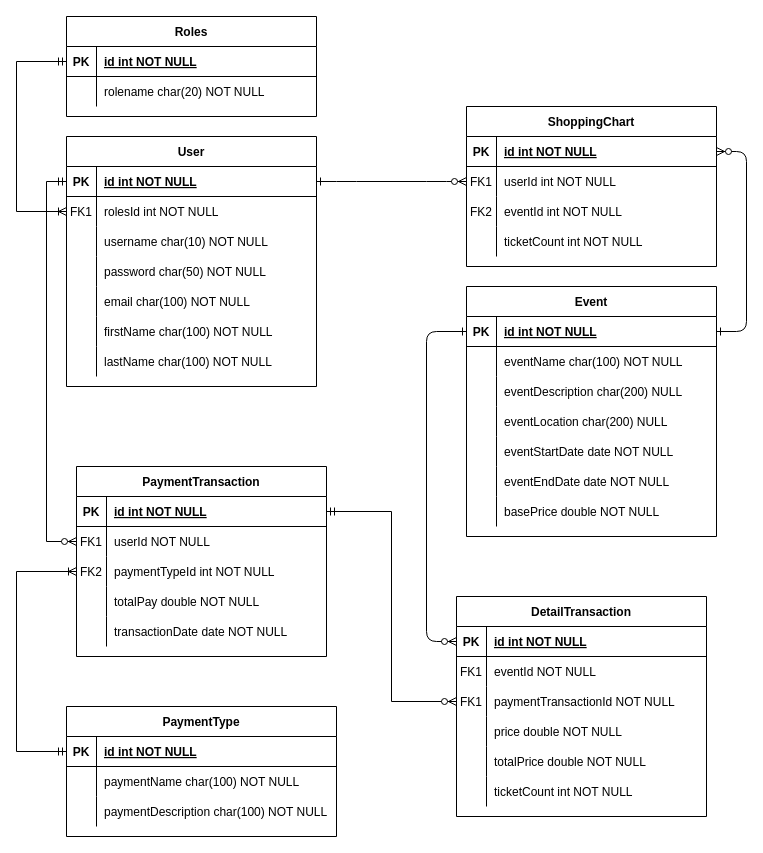
Earlier version of the draw.io diagram db.drawio (johanjah/ticket-db-design). Source tidied: cells renumbered, new cells numbered last; positions are measured from the earlier drawing's top-left corner, leaving out a move shared by most shapes. Both pictures are drawn from the tidied source at 100%, with x=0, y=0 at pixel (16, 16).
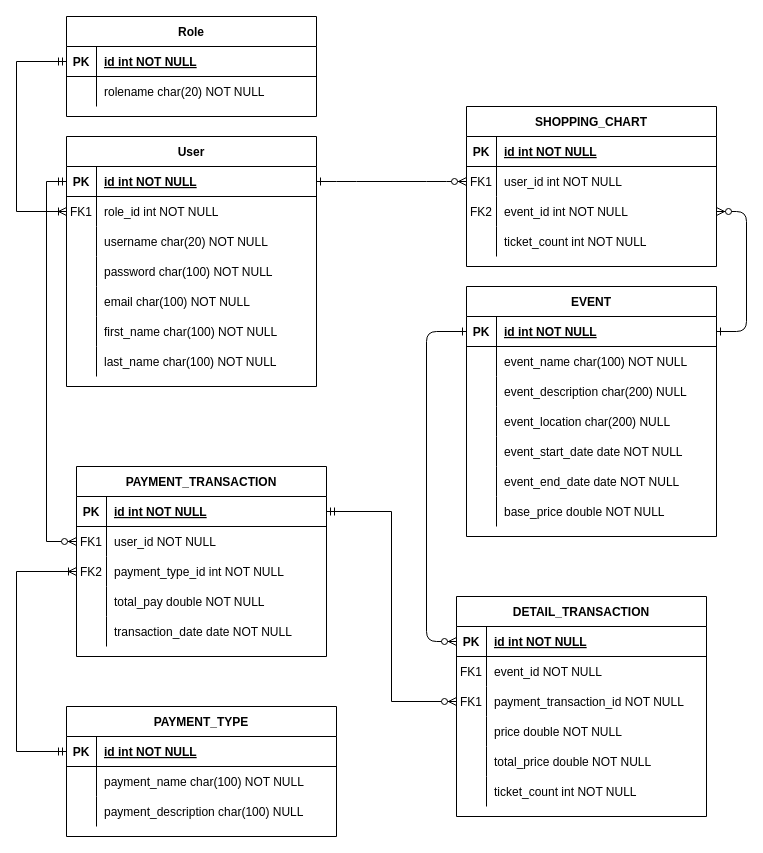
The same diagram, later.

Unchanged cells that the change refers to:
```xml
<mxCell id="4" style="shape=partialRectangle;fillColor=none;points=[[0,0.5],[1,0.5]];portConstraint=eastwest;top=0;left=0;right=0;bottom=1;" parent="3" vertex="1">
<mxCell id="7" style="shape=partialRectangle;fillColor=none;points=[[0,0.5],[1,0.5]];portConstraint=eastwest;top=0;left=0;right=0;bottom=0;" parent="3" vertex="1">
<mxCell id="10" style="shape=partialRectangle;fillColor=none;points=[[0,0.5],[1,0.5]];portConstraint=eastwest;top=0;left=0;right=0;bottom=0;" parent="3" vertex="1">
<mxCell id="13" style="shape=partialRectangle;fillColor=none;top=0;left=0;right=0;bottom=0;" parent="3" vertex="1">
<mxCell id="17" style="shape=partialRectangle;fillColor=none;points=[[0,0.5],[1,0.5]];portConstraint=eastwest;top=0;left=0;right=0;bottom=1;" parent="16" vertex="1">
<mxCell id="20" style="shape=partialRectangle;fillColor=none;top=0;left=0;right=0;bottom=0;" parent="16" vertex="1">
<mxCell id="23" style="shape=partialRectangle;fillColor=none;top=0;left=0;right=0;bottom=0;" parent="16" vertex="1">
<mxCell id="26" style="shape=partialRectangle;fillColor=none;top=0;left=0;right=0;bottom=0;" parent="16" vertex="1">
<mxCell id="29" style="shape=partialRectangle;fillColor=none;top=0;left=0;right=0;bottom=0;" parent="16" vertex="1">
<mxCell id="32" style="shape=partialRectangle;fillColor=none;top=0;left=0;right=0;bottom=0;" parent="16" vertex="1">
<mxCell id="35" style="shape=partialRectangle;fillColor=none;top=0;left=0;right=0;bottom=0;" parent="16" vertex="1">
<mxCell id="42" style="shape=partialRectangle;fillColor=none;points=[[0,0.5],[1,0.5]];portConstraint=eastwest;top=0;left=0;right=0;bottom=0;" parent="38" vertex="1">
<mxCell id="45" style="shape=partialRectangle;fillColor=none;top=0;left=0;right=0;bottom=0;" parent="38" vertex="1">
<mxCell id="48" style="shape=partialRectangle;fillColor=none;top=0;left=0;right=0;bottom=0;" parent="38" vertex="1">
<mxCell id="54" style="shape=partialRectangle;fillColor=none;top=0;left=0;right=0;bottom=0;" parent="38" vertex="1">
<mxCell id="57" style="shape=partialRectangle;fillColor=none;top=0;left=0;right=0;bottom=0;" parent="38" vertex="1">
<mxCell id="72" style="shape=tableRow;horizontal=0;startSize=0;swimlaneHead=0;swimlaneBody=0;fillColor=none;points=[[0,0.5],[1,0.5]];portConstraint=eastwest;top=0;left=0;right=0;bottom=0;" parent="68" vertex="1">
<mxCell id="75" style="shape=tableRow;horizontal=0;startSize=0;swimlaneHead=0;swimlaneBody=0;fillColor=none;points=[[0,0.5],[1,0.5]];portConstraint=eastwest;top=0;left=0;right=0;bottom=0;" parent="68" vertex="1">
<mxCell id="78" style="shape=tableRow;horizontal=0;startSize=0;swimlaneHead=0;swimlaneBody=0;fillColor=none;top=0;left=0;right=0;bottom=0;" parent="68" vertex="1">
<mxCell id="81" style="shape=tableRow;horizontal=0;startSize=0;swimlaneHead=0;swimlaneBody=0;fillColor=none;top=0;left=0;right=0;bottom=0;" parent="68" vertex="1">
<mxCell id="88" style="shape=tableRow;horizontal=0;startSize=0;swimlaneHead=0;swimlaneBody=0;fillColor=none;top=0;left=0;right=0;bottom=0;" parent="84" vertex="1">
<mxCell id="91" style="shape=tableRow;horizontal=0;startSize=0;swimlaneHead=0;swimlaneBody=0;fillColor=none;top=0;left=0;right=0;bottom=0;" parent="84" vertex="1">
<mxCell id="99" style="shape=tableRow;horizontal=0;startSize=0;swimlaneHead=0;swimlaneBody=0;fillColor=none;top=0;left=0;right=0;bottom=0;" parent="95" vertex="1">
<mxCell id="102" style="shape=tableRow;horizontal=0;startSize=0;swimlaneHead=0;swimlaneBody=0;fillColor=none;points=[[0,0.5],[1,0.5]];portConstraint=eastwest;top=0;left=0;right=0;bottom=0;" parent="95" vertex="1">
<mxCell id="108" style="shape=tableRow;horizontal=0;startSize=0;swimlaneHead=0;swimlaneBody=0;fillColor=none;top=0;left=0;right=0;bottom=0;" parent="95" vertex="1">
<mxCell id="111" style="shape=tableRow;horizontal=0;startSize=0;swimlaneHead=0;swimlaneBody=0;fillColor=none;top=0;left=0;right=0;bottom=0;" parent="95" vertex="1">
```

Change to the diagram source:
```diff
@@
-    <mxCell id="3" value="ShoppingChart" style="shape=table;startSize=30;childLayout=tableLayout;rowLines=0;fontStyle=1;align=center;" parent="1" vertex="1">
+    <mxCell id="3" value="SHOPPING_CHART" style="shape=table;startSize=30;childLayout=tableLayout;rowLines=0;fontStyle=1;align=center;" parent="1" vertex="1">
       <mxGeometry x="450" y="90" width="250" height="160" as="geometry" />
     </mxCell>
@@
-    <mxCell id="9" value="userId int NOT NULL" style="shape=partialRectangle;overflow=hidden;fillColor=none;top=0;left=0;bottom=0;right=0;align=left;spacingLeft=6;" parent="7" vertex="1">
+    <mxCell id="9" value="user_id int NOT NULL" style="shape=partialRectangle;overflow=hidden;fillColor=none;top=0;left=0;bottom=0;right=0;align=left;spacingLeft=6;" parent="7" vertex="1">
       <mxGeometry x="30" width="220" height="30" as="geometry" />
     </mxCell>
@@
-    <mxCell id="12" value="eventId int NOT NULL" style="shape=partialRectangle;overflow=hidden;fillColor=none;top=0;left=0;bottom=0;right=0;align=left;spacingLeft=6;" parent="10" vertex="1">
+    <mxCell id="12" value="event_id int NOT NULL" style="shape=partialRectangle;overflow=hidden;fillColor=none;top=0;left=0;bottom=0;right=0;align=left;spacingLeft=6;" parent="10" vertex="1">
       <mxGeometry x="30" width="220" height="30" as="geometry" />
     </mxCell>
@@
-    <mxCell id="15" value="ticketCount int NOT NULL" style="shape=partialRectangle;overflow=hidden;fillColor=none;top=0;left=0;bottom=0;right=0;align=left;spacingLeft=6;" parent="13" vertex="1">
+    <mxCell id="15" value="ticket_count int NOT NULL" style="shape=partialRectangle;overflow=hidden;fillColor=none;top=0;left=0;bottom=0;right=0;align=left;spacingLeft=6;" parent="13" vertex="1">
       <mxGeometry x="30" width="220" height="30" as="geometry" />
     </mxCell>
-    <mxCell id="16" value="Event" style="shape=table;startSize=30;childLayout=tableLayout;rowLines=0;fontStyle=1;align=center;" parent="1" vertex="1">
+    <mxCell id="16" value="EVENT" style="shape=table;startSize=30;childLayout=tableLayout;rowLines=0;fontStyle=1;align=center;" parent="1" vertex="1">
       <mxGeometry x="450" y="270" width="250" height="250" as="geometry" />
     </mxCell>
@@
-    <mxCell id="22" value="eventName char(100) NOT NULL" style="shape=partialRectangle;overflow=hidden;fillColor=none;top=0;left=0;bottom=0;right=0;align=left;spacingLeft=6;" parent="20" vertex="1">
+    <mxCell id="22" value="event_name char(100) NOT NULL" style="shape=partialRectangle;overflow=hidden;fillColor=none;top=0;left=0;bottom=0;right=0;align=left;spacingLeft=6;" parent="20" vertex="1">
       <mxGeometry x="30" width="220" height="30" as="geometry" />
     </mxCell>
@@
-    <mxCell id="25" value="eventDescription char(200) NULL" style="shape=partialRectangle;overflow=hidden;fillColor=none;top=0;left=0;bottom=0;right=0;align=left;spacingLeft=6;" parent="23" vertex="1">
+    <mxCell id="25" value="event_description char(200) NULL" style="shape=partialRectangle;overflow=hidden;fillColor=none;top=0;left=0;bottom=0;right=0;align=left;spacingLeft=6;" parent="23" vertex="1">
       <mxGeometry x="30" width="220" height="30" as="geometry" />
     </mxCell>
@@
-    <mxCell id="28" value="eventLocation char(200) NULL" style="shape=partialRectangle;overflow=hidden;fillColor=none;top=0;left=0;bottom=0;right=0;align=left;spacingLeft=6;" parent="26" vertex="1">
+    <mxCell id="28" value="event_location char(200) NULL" style="shape=partialRectangle;overflow=hidden;fillColor=none;top=0;left=0;bottom=0;right=0;align=left;spacingLeft=6;" parent="26" vertex="1">
       <mxGeometry x="30" width="220" height="30" as="geometry" />
     </mxCell>
@@
-    <mxCell id="31" value="eventStartDate date NOT NULL" style="shape=partialRectangle;overflow=hidden;fillColor=none;top=0;left=0;bottom=0;right=0;align=left;spacingLeft=6;" parent="29" vertex="1">
+    <mxCell id="31" value="event_start_date date NOT NULL" style="shape=partialRectangle;overflow=hidden;fillColor=none;top=0;left=0;bottom=0;right=0;align=left;spacingLeft=6;" parent="29" vertex="1">
       <mxGeometry x="30" width="220" height="30" as="geometry" />
     </mxCell>
@@
-    <mxCell id="34" value="eventEndDate date NOT NULL" style="shape=partialRectangle;overflow=hidden;fillColor=none;top=0;left=0;bottom=0;right=0;align=left;spacingLeft=6;" parent="32" vertex="1">
+    <mxCell id="34" value="event_end_date date NOT NULL" style="shape=partialRectangle;overflow=hidden;fillColor=none;top=0;left=0;bottom=0;right=0;align=left;spacingLeft=6;" parent="32" vertex="1">
       <mxGeometry x="30" width="220" height="30" as="geometry" />
     </mxCell>
@@
-    <mxCell id="37" value="basePrice double NOT NULL" style="shape=partialRectangle;overflow=hidden;fillColor=none;top=0;left=0;bottom=0;right=0;align=left;spacingLeft=6;" parent="35" vertex="1">
+    <mxCell id="37" value="base_price double NOT NULL" style="shape=partialRectangle;overflow=hidden;fillColor=none;top=0;left=0;bottom=0;right=0;align=left;spacingLeft=6;" parent="35" vertex="1">
       <mxGeometry x="30" width="220" height="30" as="geometry" />
     </mxCell>
@@
-    <mxCell id="44" value="rolesId int NOT NULL" style="shape=partialRectangle;overflow=hidden;fillColor=none;top=0;left=0;bottom=0;right=0;align=left;spacingLeft=6;" parent="42" vertex="1">
+    <mxCell id="44" value="role_id int NOT NULL" style="shape=partialRectangle;overflow=hidden;fillColor=none;top=0;left=0;bottom=0;right=0;align=left;spacingLeft=6;" parent="42" vertex="1">
       <mxGeometry x="30" width="220" height="30" as="geometry" />
     </mxCell>
@@
-    <mxCell id="47" value="username char(10) NOT NULL" style="shape=partialRectangle;overflow=hidden;fillColor=none;top=0;left=0;bottom=0;right=0;align=left;spacingLeft=6;" parent="45" vertex="1">
+    <mxCell id="47" value="username char(20) NOT NULL" style="shape=partialRectangle;overflow=hidden;fillColor=none;top=0;left=0;bottom=0;right=0;align=left;spacingLeft=6;" parent="45" vertex="1">
       <mxGeometry x="30" width="220" height="30" as="geometry" />
     </mxCell>
@@
-    <mxCell id="50" value="password char(50) NOT NULL" style="shape=partialRectangle;overflow=hidden;fillColor=none;top=0;left=0;bottom=0;right=0;align=left;spacingLeft=6;" parent="48" vertex="1">
+    <mxCell id="50" value="password char(100) NOT NULL" style="shape=partialRectangle;overflow=hidden;fillColor=none;top=0;left=0;bottom=0;right=0;align=left;spacingLeft=6;" parent="48" vertex="1">
       <mxGeometry x="30" width="220" height="30" as="geometry" />
     </mxCell>
@@
-    <mxCell id="56" value="firstName char(100) NOT NULL" style="shape=partialRectangle;overflow=hidden;fillColor=none;top=0;left=0;bottom=0;right=0;align=left;spacingLeft=6;" parent="54" vertex="1">
+    <mxCell id="56" value="first_name char(100) NOT NULL" style="shape=partialRectangle;overflow=hidden;fillColor=none;top=0;left=0;bottom=0;right=0;align=left;spacingLeft=6;" parent="54" vertex="1">
       <mxGeometry x="30" width="220" height="30" as="geometry" />
     </mxCell>
@@
-    <mxCell id="59" value="lastName char(100) NOT NULL" style="shape=partialRectangle;overflow=hidden;fillColor=none;top=0;left=0;bottom=0;right=0;align=left;spacingLeft=6;" parent="57" vertex="1">
+    <mxCell id="59" value="last_name char(100) NOT NULL" style="shape=partialRectangle;overflow=hidden;fillColor=none;top=0;left=0;bottom=0;right=0;align=left;spacingLeft=6;" parent="57" vertex="1">
       <mxGeometry x="30" width="220" height="30" as="geometry" />
     </mxCell>
-    <mxCell id="60" value="Roles" style="shape=table;startSize=30;childLayout=tableLayout;rowLines=0;fontStyle=1;align=center;" parent="1" vertex="1">
+    <mxCell id="60" value="Role" style="shape=table;startSize=30;childLayout=tableLayout;rowLines=0;fontStyle=1;align=center;" parent="1" vertex="1">
       <mxGeometry x="50" width="250" height="100" as="geometry" />
     </mxCell>
@@
-    <mxCell id="68" value="PaymentTransaction" style="shape=table;startSize=30;childLayout=tableLayout;rowLines=0;fontStyle=1;align=center;" parent="1" vertex="1">
+    <mxCell id="68" value="PAYMENT_TRANSACTION" style="shape=table;startSize=30;childLayout=tableLayout;rowLines=0;fontStyle=1;align=center;" parent="1" vertex="1">
       <mxGeometry x="60" y="450" width="250" height="190" as="geometry" />
     </mxCell>
@@
-    <mxCell id="74" value="userId NOT NULL" style="shape=partialRectangle;fillColor=none;top=0;left=0;bottom=0;right=0;align=left;spacingLeft=6;overflow=hidden;" parent="72" vertex="1">
+    <mxCell id="74" value="user_id NOT NULL" style="shape=partialRectangle;fillColor=none;top=0;left=0;bottom=0;right=0;align=left;spacingLeft=6;overflow=hidden;" parent="72" vertex="1">
       <mxGeometry x="30" width="220" height="30" as="geometry" />
     </mxCell>
@@
-    <mxCell id="77" value="paymentTypeId int NOT NULL" style="shape=partialRectangle;fillColor=none;top=0;left=0;bottom=0;right=0;align=left;spacingLeft=6;overflow=hidden;" parent="75" vertex="1">
+    <mxCell id="77" value="payment_type_id int NOT NULL" style="shape=partialRectangle;fillColor=none;top=0;left=0;bottom=0;right=0;align=left;spacingLeft=6;overflow=hidden;" parent="75" vertex="1">
       <mxGeometry x="30" width="220" height="30" as="geometry" />
     </mxCell>
@@
-    <mxCell id="80" value="totalPay double NOT NULL" style="shape=partialRectangle;fillColor=none;top=0;left=0;bottom=0;right=0;align=left;spacingLeft=6;overflow=hidden;" parent="78" vertex="1">
+    <mxCell id="80" value="total_pay double NOT NULL" style="shape=partialRectangle;fillColor=none;top=0;left=0;bottom=0;right=0;align=left;spacingLeft=6;overflow=hidden;" parent="78" vertex="1">
       <mxGeometry x="30" width="220" height="30" as="geometry" />
     </mxCell>
@@
-    <mxCell id="83" value="transactionDate date NOT NULL" style="shape=partialRectangle;fillColor=none;top=0;left=0;bottom=0;right=0;align=left;spacingLeft=6;overflow=hidden;" parent="81" vertex="1">
+    <mxCell id="83" value="transaction_date date NOT NULL" style="shape=partialRectangle;fillColor=none;top=0;left=0;bottom=0;right=0;align=left;spacingLeft=6;overflow=hidden;" parent="81" vertex="1">
       <mxGeometry x="30" width="220" height="30" as="geometry" />
     </mxCell>
-    <mxCell id="84" value="PaymentType" style="shape=table;startSize=30;childLayout=tableLayout;rowLines=0;fontStyle=1;align=center;" parent="1" vertex="1">
+    <mxCell id="84" value="PAYMENT_TYPE" style="shape=table;startSize=30;childLayout=tableLayout;rowLines=0;fontStyle=1;align=center;" parent="1" vertex="1">
       <mxGeometry x="50" y="690" width="270" height="130" as="geometry" />
     </mxCell>
@@
-    <mxCell id="90" value="paymentName char(100) NOT NULL" style="shape=partialRectangle;fillColor=none;top=0;left=0;bottom=0;right=0;align=left;spacingLeft=6;overflow=hidden;" parent="88" vertex="1">
+    <mxCell id="90" value="payment_name char(100) NOT NULL" style="shape=partialRectangle;fillColor=none;top=0;left=0;bottom=0;right=0;align=left;spacingLeft=6;overflow=hidden;" parent="88" vertex="1">
       <mxGeometry x="30" width="240" height="30" as="geometry" />
     </mxCell>
@@
-    <mxCell id="93" value="paymentDescription char(100) NOT NULL" style="shape=partialRectangle;fillColor=none;top=0;left=0;bottom=0;right=0;align=left;spacingLeft=6;overflow=hidden;" parent="91" vertex="1">
+    <mxCell id="93" value="payment_description char(100) NULL" style="shape=partialRectangle;fillColor=none;top=0;left=0;bottom=0;right=0;align=left;spacingLeft=6;overflow=hidden;" parent="91" vertex="1">
       <mxGeometry x="30" width="240" height="30" as="geometry" />
     </mxCell>
@@
-    <mxCell id="95" value="DetailTransaction" style="shape=table;startSize=30;childLayout=tableLayout;rowLines=0;fontStyle=1;align=center;" parent="1" vertex="1">
+    <mxCell id="95" value="DETAIL_TRANSACTION" style="shape=table;startSize=30;childLayout=tableLayout;rowLines=0;fontStyle=1;align=center;" parent="1" vertex="1">
       <mxGeometry x="440" y="580" width="250" height="220" as="geometry" />
     </mxCell>
@@
-    <mxCell id="101" value="eventId NOT NULL" style="shape=partialRectangle;fillColor=none;top=0;left=0;bottom=0;right=0;align=left;spacingLeft=6;overflow=hidden;" parent="99" vertex="1">
+    <mxCell id="101" value="event_id NOT NULL" style="shape=partialRectangle;fillColor=none;top=0;left=0;bottom=0;right=0;align=left;spacingLeft=6;overflow=hidden;" parent="99" vertex="1">
       <mxGeometry x="30" width="220" height="30" as="geometry" />
     </mxCell>
@@
-    <mxCell id="104" value="paymentTransactionId NOT NULL" style="shape=partialRectangle;fillColor=none;top=0;left=0;bottom=0;right=0;align=left;spacingLeft=6;overflow=hidden;" parent="102" vertex="1">
+    <mxCell id="104" value="payment_transaction_id NOT NULL" style="shape=partialRectangle;fillColor=none;top=0;left=0;bottom=0;right=0;align=left;spacingLeft=6;overflow=hidden;" parent="102" vertex="1">
       <mxGeometry x="30" width="220" height="30" as="geometry" />
     </mxCell>
@@
-    <mxCell id="110" value="totalPrice double NOT NULL" style="shape=partialRectangle;fillColor=none;top=0;left=0;bottom=0;right=0;align=left;spacingLeft=6;overflow=hidden;" parent="108" vertex="1">
+    <mxCell id="110" value="total_price double NOT NULL" style="shape=partialRectangle;fillColor=none;top=0;left=0;bottom=0;right=0;align=left;spacingLeft=6;overflow=hidden;" parent="108" vertex="1">
       <mxGeometry x="30" width="220" height="30" as="geometry" />
     </mxCell>
@@
-    <mxCell id="113" value="ticketCount int NOT NULL" style="shape=partialRectangle;fillColor=none;top=0;left=0;bottom=0;right=0;align=left;spacingLeft=6;overflow=hidden;" parent="111" vertex="1">
+    <mxCell id="113" value="ticket_count int NOT NULL" style="shape=partialRectangle;fillColor=none;top=0;left=0;bottom=0;right=0;align=left;spacingLeft=6;overflow=hidden;" parent="111" vertex="1">
       <mxGeometry x="30" width="220" height="30" as="geometry" />
     </mxCell>
@@
-    <mxCell id="116" style="edgeStyle=entityRelationEdgeStyle;endArrow=ERzeroToMany;startArrow=ERone;endFill=1;startFill=0;" parent="1" edge="1" source="17" target="4">
+    <mxCell id="116" style="edgeStyle=entityRelationEdgeStyle;endArrow=ERzeroToMany;startArrow=ERone;endFill=1;startFill=0;" parent="1" edge="1" source="17" target="10">
       <mxGeometry relative="1" as="geometry" />
     </mxCell>
```
